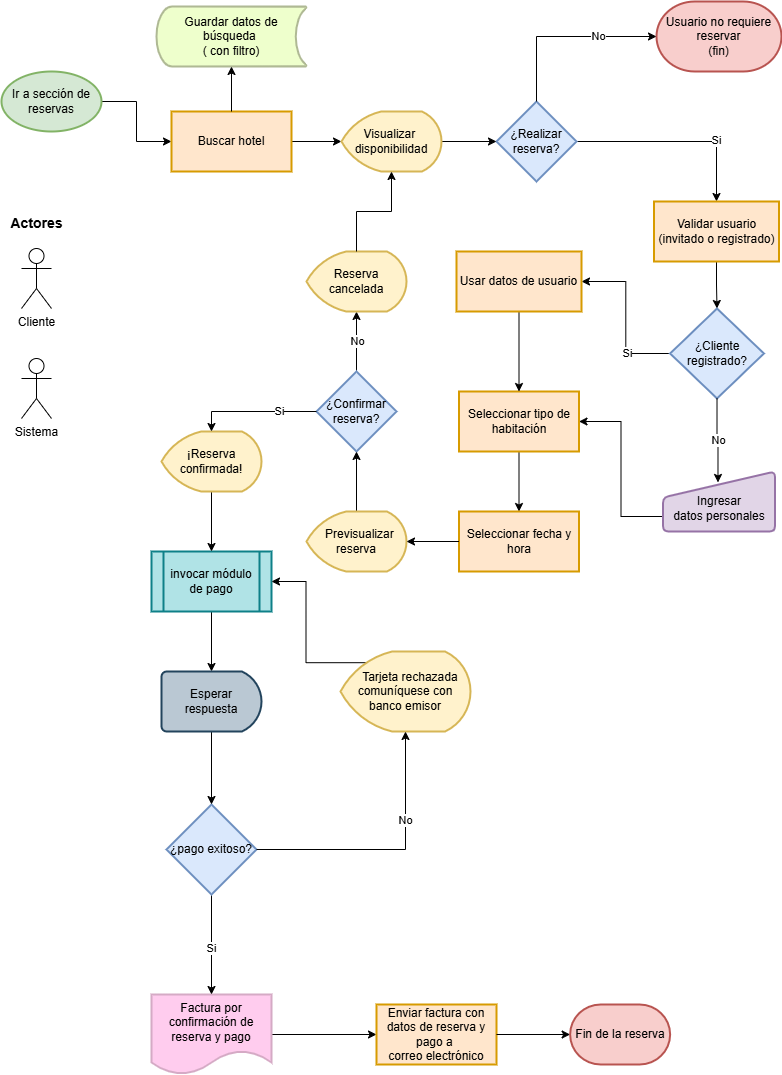
This is Flujograma de reserva de habitación.png from DjGuetta/App-Hotel-Management, a draw.io export, as it was before one commit. Source tidied: cells renumbered, new cells last; positions are measured from the earlier drawing's top-left corner, leaving out a move shared by most shapes.
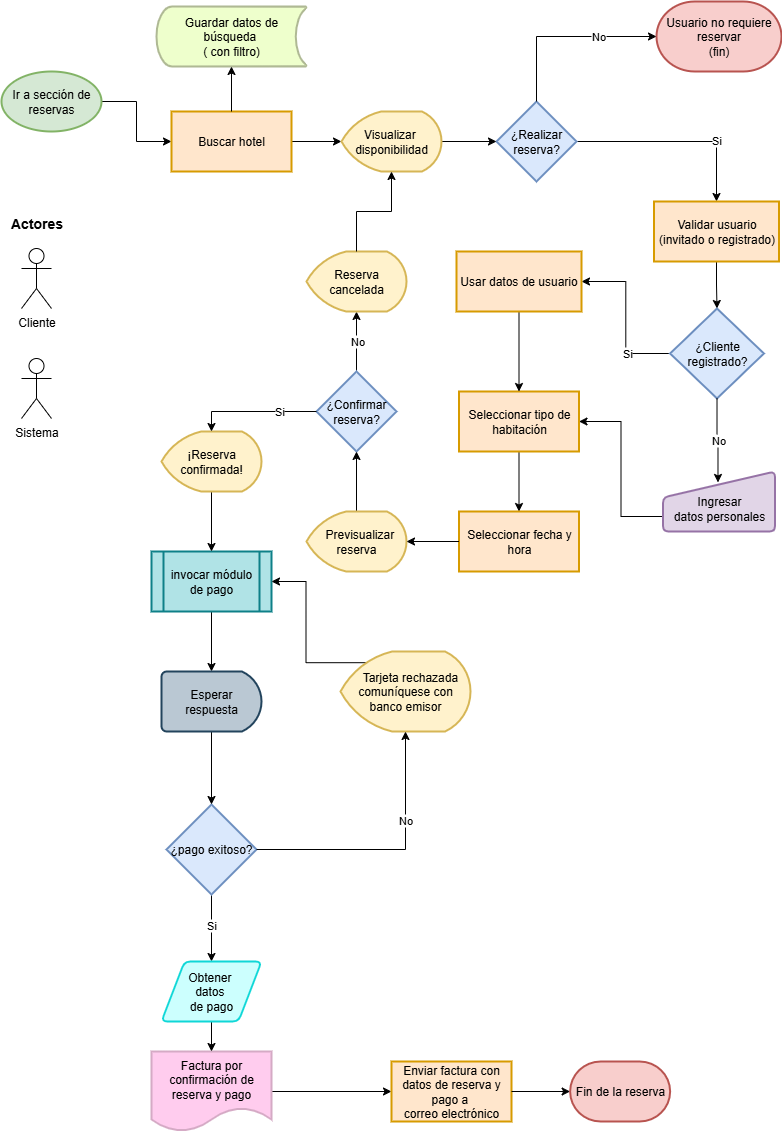
The same diagram one commit later.

Commit message:
Corrección para obtener datos de pago

Change to the diagram source:
```diff
@@ -62,26 +62,26 @@
       <mxGeometry x="150" y="550" width="120" height="60" as="geometry" />
     </mxCell>
     <mxCell id="21" value="Fin de la reserva" style="strokeWidth=2;html=1;shape=mxgraph.flowchart.terminator;whiteSpace=wrap;fillColor=#f8cecc;strokeColor=#b85450;" parent="1" vertex="1">
-      <mxGeometry x="568.6" y="1003" width="100" height="60" as="geometry" />
+      <mxGeometry x="568.6" y="1060" width="100" height="60" as="geometry" />
     </mxCell>
     <mxCell id="22" style="edgeStyle=orthogonalEdgeStyle;rounded=0;jettySize=auto;html=1;" parent="1" edge="1" source="23" target="24">
       <mxGeometry relative="1" as="geometry" />
     </mxCell>
     <mxCell id="23" value="Factura por confirmación de reserva y pago" style="shape=document;whiteSpace=wrap;html=1;boundedLbl=1;strokeWidth=2;fillColor=#FFCCEE;strokeColor=#D5AAC5;" parent="1" vertex="1">
-      <mxGeometry x="150" y="993" width="120" height="80" as="geometry" />
+      <mxGeometry x="150" y="1050" width="120" height="80" as="geometry" />
     </mxCell>
     <mxCell id="24" value="Enviar factura con datos de reserva y pago a&amp;nbsp;&lt;div&gt;correo electrónico&lt;/div&gt;" style="whiteSpace=wrap;html=1;strokeWidth=2;fillColor=#ffe6cc;strokeColor=#d79b00;" parent="1" vertex="1">
-      <mxGeometry x="375" y="1003" width="120" height="60" as="geometry" />
+      <mxGeometry x="390" y="1060" width="120" height="60" as="geometry" />
     </mxCell>
     <mxCell id="25" style="edgeStyle=orthogonalEdgeStyle;rounded=0;jettySize=auto;html=1;exitX=1;exitY=0.5;exitDx=0;exitDy=0;entryX=0;entryY=0.5;entryDx=0;entryDy=0;entryPerimeter=0;" parent="1" edge="1" source="24" target="21">
       <mxGeometry relative="1" as="geometry" />
     </mxCell>
-    <mxCell id="26" style="edgeStyle=orthogonalEdgeStyle;rounded=0;jettySize=auto;html=1;exitX=0.5;exitY=1;exitDx=0;exitDy=0;entryX=0.5;entryY=0;entryDx=0;entryDy=0;" parent="1" edge="1" source="28" target="23">
-      <mxGeometry relative="1" as="geometry" />
-    </mxCell>
+    <mxCell id="61" style="edgeStyle=orthogonalEdgeStyle;rounded=0;jettySize=auto;html=1;" parent="1" edge="1" source="28" target="63">
+      <mxGeometry relative="1" as="geometry" />
+    </mxCell>
-    <mxCell id="27" value="Si" style="edgeLabel;html=1;align=center;verticalAlign=middle;" parent="26" vertex="1">
-      <mxGeometry x="0.24" y="-2" relative="1" as="geometry">
-        <mxPoint x="1" y="-9" as="offset" />
+    <mxCell id="27" value="Si" style="edgeLabel;html=1;align=center;verticalAlign=middle;" parent="61" vertex="1">
+      <mxGeometry x="-0.11" y="1" relative="1" as="geometry">
+        <mxPoint x="-2" as="offset" />
       </mxGeometry>
     </mxCell>
     <mxCell id="28" value="¿pago exitoso?" style="rhombus;whiteSpace=wrap;html=1;fillColor=#dae8fc;strokeColor=#6c8ebf;strokeWidth=2;" parent="1" vertex="1">
@@ -191,5 +191,11 @@
     <mxCell id="60" value="&amp;nbsp;&lt;div&gt;Ingresar&lt;div&gt;datos personales&lt;/div&gt;&lt;/div&gt;" style="html=1;strokeWidth=2;shape=manualInput;whiteSpace=wrap;rounded=1;size=26;arcSize=11;fillColor=#e1d5e7;strokeColor=#9673a6;" parent="1" vertex="1">
       <mxGeometry x="661.5" y="470" width="112" height="60" as="geometry" />
     </mxCell>
+    <mxCell id="62" style="edgeStyle=orthogonalEdgeStyle;rounded=0;jettySize=auto;html=1;" parent="1" edge="1" source="63" target="23">
+      <mxGeometry relative="1" as="geometry" />
+    </mxCell>
+    <mxCell id="63" value="Obtener&amp;nbsp;&lt;div&gt;datos&amp;nbsp;&lt;/div&gt;&lt;div&gt;de pago&lt;/div&gt;" style="shape=parallelogram;html=1;strokeWidth=2;perimeter=parallelogramPerimeter;whiteSpace=wrap;rounded=1;arcSize=12;size=0.23;fillColor=light-dark(#ccfffe, #36210a);strokeColor=#10D7D7;" parent="1" vertex="1">
+      <mxGeometry x="160" y="960" width="100" height="60" as="geometry" />
+    </mxCell>
   </root>
 </mxGraphModel>
```
